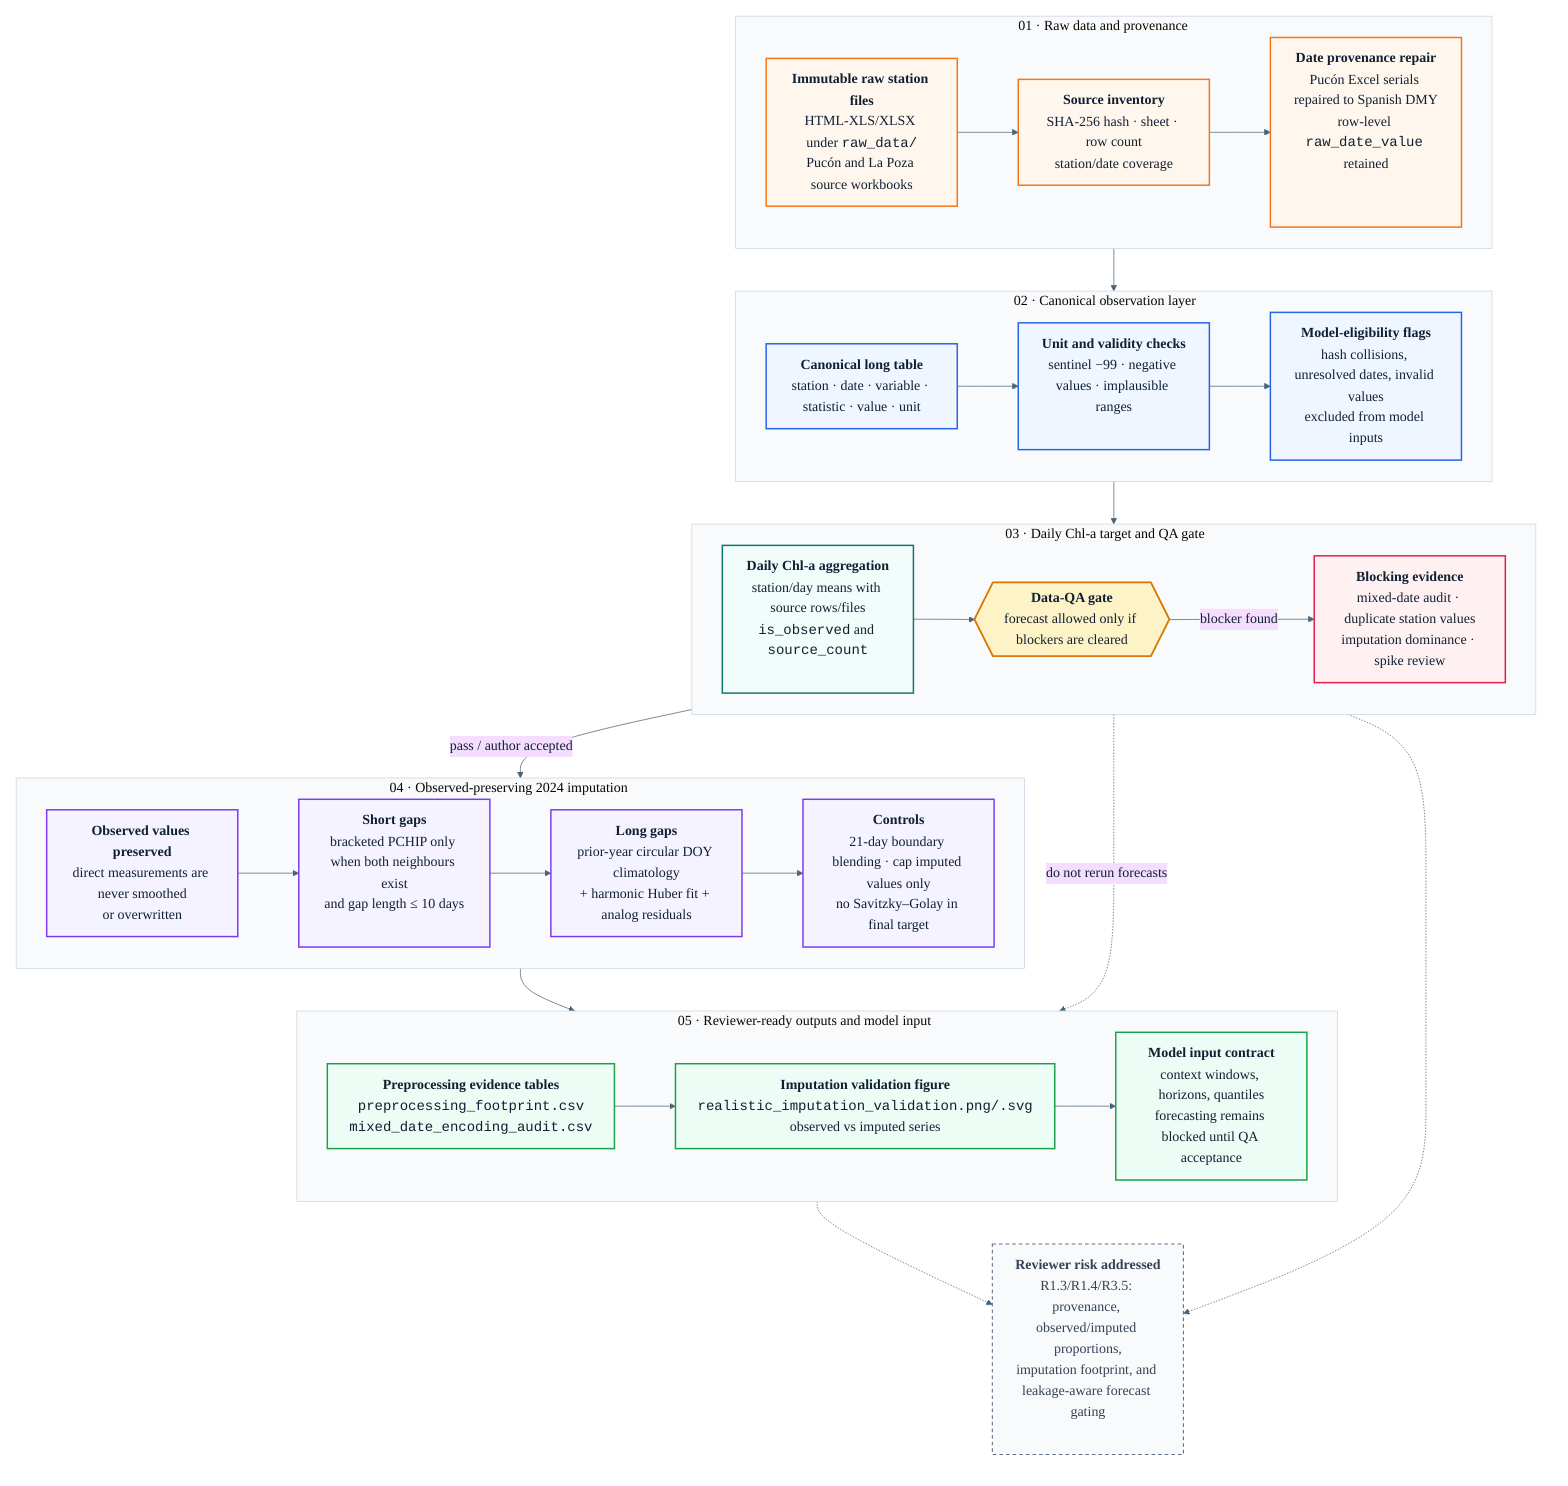
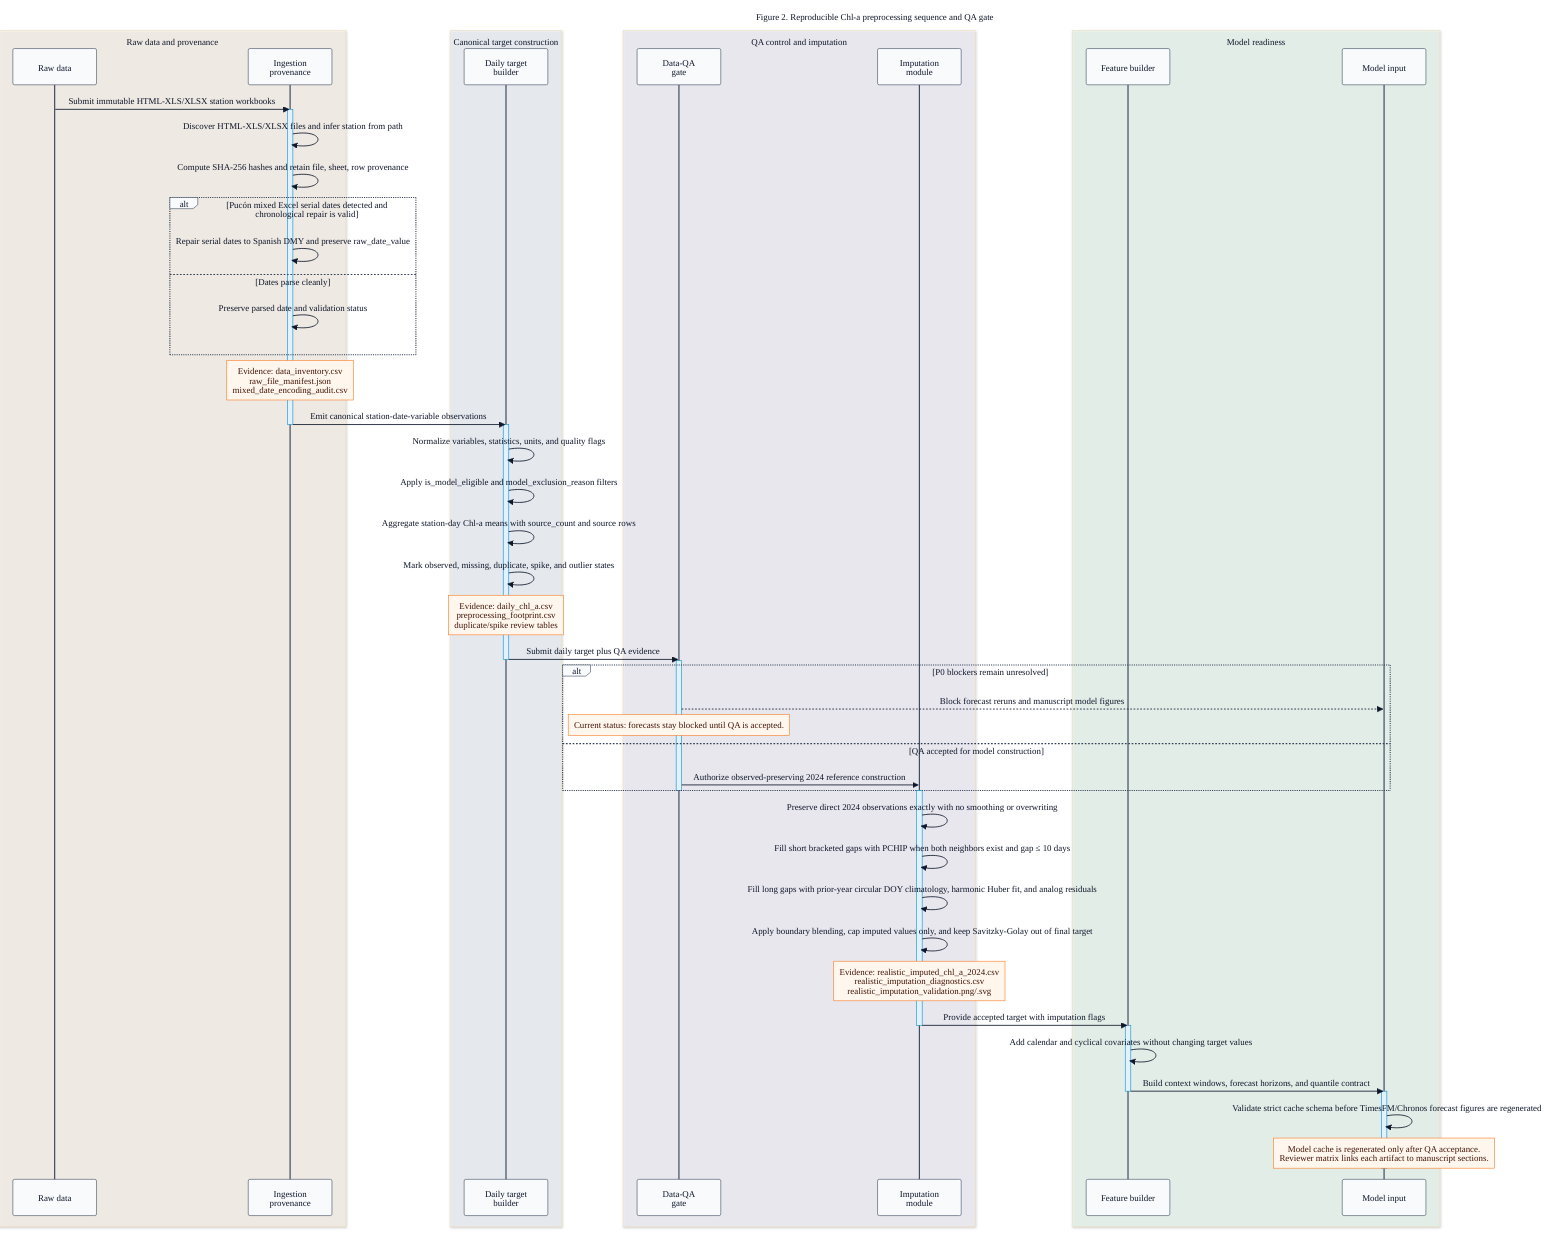
- %%{init: {"theme": "base", "htmlLabels": true, "securityLevel": "loose", "themeVariables": {"fontFamily": "Inter, Arial, Helvetica, sans-serif", "fontSize": "19px", "primaryTextColor": "#102033", "lineColor": "#47637A", "clusterBkg": "#F8FAFC", "clusterBorder": "#CBD5E1"}, "flowchart": {"diagramPadding": 22, "nodeSpacing": 38, "rankSpacing": 58, "curve": "basis", "useMaxWidth": true}}}%%
- flowchart TB
-     accTitle: Figure 2 preprocessing workflow
-     accDescr: Reproducible Villarrica chlorophyll preprocessing workflow with raw-data provenance, date repair, QA gates, observed-preserving imputation, and forecast blocking.
+ %%{init: {"theme": "base", "htmlLabels": true, "securityLevel": "loose", "themeVariables": {"fontFamily": "Inter, Arial, Helvetica, sans-serif", "fontSize": "16px", "primaryTextColor": "#0F172A", "lineColor": "#334155", "actorBkg": "#F8FAFC", "actorBorder": "#334155", "actorTextColor": "#0F172A", "activationBkgColor": "#E0F2FE", "activationBorderColor": "#0284C7", "noteBkgColor": "#FFF7ED", "noteBorderColor": "#F97316", "noteTextColor": "#431407"}, "sequence": {"diagramMarginX": 18, "diagramMarginY": 20, "actorMargin": 30, "messageMargin": 28, "mirrorActors": true, "bottomMarginAdj": 10, "useMaxWidth": true, "rightAngles": false}}}%%
+ sequenceDiagram
+     title Figure 2. Reproducible Chl-a preprocessing sequence and QA gate

-     classDef raw fill:#FFF7ED,stroke:#F97316,color:#102033,stroke-width:2px;
-     classDef canonical fill:#EFF6FF,stroke:#2563EB,color:#102033,stroke-width:2px;
-     classDef qa fill:#F0FDFA,stroke:#0F766E,color:#102033,stroke-width:2px;
-     classDef gate fill:#FEF3C7,stroke:#D97706,color:#102033,stroke-width:2.5px;
-     classDef blocker fill:#FFF1F2,stroke:#E11D48,color:#102033,stroke-width:2px;
-     classDef impute fill:#F5F3FF,stroke:#7C3AED,color:#102033,stroke-width:2px;
-     classDef output fill:#ECFDF5,stroke:#16A34A,color:#102033,stroke-width:2px;
-     classDef note fill:#F8FAFC,stroke:#64748B,color:#334155,stroke-width:1.5px,stroke-dasharray: 5 4;
- 
-     subgraph A["01 · Raw data and provenance"]
-         direction LR
-         A1["<b>Immutable raw station files</b><br/>HTML-XLS/XLSX under <code>raw_data/</code><br/><span class='small'>Pucón and La Poza source workbooks</span>"]:::raw
-         A2["<b>Source inventory</b><br/>SHA-256 hash · sheet · row count<br/>station/date coverage"]:::raw
-         A3["<b>Date provenance repair</b><br/>Pucón Excel serials repaired to Spanish DMY<br/><span class='small'>row-level <code>raw_date_value</code> retained</span>"]:::raw
+     box rgba(255, 247, 237, 0.58) Raw data and provenance
+     participant RD as Raw data
+     participant IP as Ingestion<br/>provenance
    end

-     subgraph B["02 · Canonical observation layer"]
-         direction LR
-         B1["<b>Canonical long table</b><br/>station · date · variable · statistic · value · unit"]:::canonical
-         B2["<b>Unit and validity checks</b><br/>sentinel −99 · negative values · implausible ranges"]:::canonical
-         B3["<b>Model-eligibility flags</b><br/>hash collisions, unresolved dates, invalid values<br/>excluded from model inputs"]:::canonical
+     box rgba(239, 246, 255, 0.58) Canonical target construction
+     participant DT as Daily target<br/>builder
    end

-     subgraph C["03 · Daily Chl-a target and QA gate"]
-         direction LR
-         C1["<b>Daily Chl-a aggregation</b><br/>station/day means with source rows/files<br/><code>is_observed</code> and <code>source_count</code>"]:::qa
-         C2{{"<b>Data-QA gate</b><br/>forecast allowed only if blockers are cleared"}}:::gate
-         C3["<b>Blocking evidence</b><br/>mixed-date audit · duplicate station values<br/>imputation dominance · spike review"]:::blocker
+     box rgba(245, 243, 255, 0.58) QA control and imputation
+     participant QG as Data-QA<br/>gate
+     participant IM as Imputation<br/>module
    end

-     subgraph D["04 · Observed-preserving 2024 imputation"]
-         direction LR
-         D1["<b>Observed values preserved</b><br/>direct measurements are never smoothed<br/>or overwritten"]:::impute
-         D2["<b>Short gaps</b><br/>bracketed PCHIP only when both neighbours exist<br/>and gap length ≤ 10 days"]:::impute
-         D3["<b>Long gaps</b><br/>prior-year circular DOY climatology<br/>+ harmonic Huber fit + analog residuals"]:::impute
-         D4["<b>Controls</b><br/>21-day boundary blending · cap imputed values only<br/>no Savitzky–Golay in final target"]:::impute
+     box rgba(236, 253, 245, 0.58) Model readiness
+     participant FE as Feature builder
+     participant MI as Model input
    end

-     subgraph E["05 · Reviewer-ready outputs and model input"]
-         direction LR
-         E1["<b>Preprocessing evidence tables</b><br/><code>preprocessing_footprint.csv</code><br/><code>mixed_date_encoding_audit.csv</code>"]:::output
-         E2["<b>Imputation validation figure</b><br/><code>realistic_imputation_validation.png/.svg</code><br/>observed vs imputed series"]:::output
-         E3["<b>Model input contract</b><br/>context windows, horizons, quantiles<br/>forecasting remains blocked until QA acceptance"]:::output
+     RD->>IP: Submit immutable HTML-XLS/XLSX station workbooks
+     activate IP
+     IP->>IP: Discover HTML-XLS/XLSX files and infer station from path
+     IP->>IP: Compute SHA-256 hashes and retain file, sheet, row provenance
+     alt Pucón mixed Excel serial dates detected and chronological repair is valid
+         IP->>IP: Repair serial dates to Spanish DMY and preserve raw_date_value
+     else Dates parse cleanly
+         IP->>IP: Preserve parsed date and validation status
    end
+     Note over IP: Evidence: data_inventory.csv<br/>raw_file_manifest.json<br/>mixed_date_encoding_audit.csv
+     IP->>DT: Emit canonical station-date-variable observations
+     deactivate IP

-     A1 --> A2 --> A3
-     B1 --> B2 --> B3
-     C1 --> C2
-     D1 --> D2 --> D3 --> D4
-     E1 --> E2 --> E3
+     activate DT
+     DT->>DT: Normalize variables, statistics, units, and quality flags
+     DT->>DT: Apply is_model_eligible and model_exclusion_reason filters
+     DT->>DT: Aggregate station-day Chl-a means with source_count and source rows
+     DT->>DT: Mark observed, missing, duplicate, spike, and outlier states
+     Note over DT: Evidence: daily_chl_a.csv<br/>preprocessing_footprint.csv<br/>duplicate/spike review tables
+     DT->>QG: Submit daily target plus QA evidence
+     deactivate DT

-     A3 --> B1
-     B3 --> C1
-     C2 -- "pass / author accepted" --> D1
-     D4 --> E1
-     C2 -- "blocker found" --> C3 -. "do not rerun forecasts" .-> E3
+     activate QG
+     alt P0 blockers remain unresolved
+         QG-->>MI: Block forecast reruns and manuscript model figures
+         Note over QG: Current status: forecasts stay blocked until QA is accepted.
+     else QA accepted for model construction
+         QG->>IM: Authorize observed-preserving 2024 reference construction
+     end
+     deactivate QG

-     N1["<b>Reviewer risk addressed</b><br/>R1.3/R1.4/R3.5: provenance, observed/imputed proportions,<br/>imputation footprint, and leakage-aware forecast gating"]:::note
-     C3 -.-> N1
-     E2 -.-> N1
+     activate IM
+     IM->>IM: Preserve direct 2024 observations exactly with no smoothing or overwriting
+     IM->>IM: Fill short bracketed gaps with PCHIP when both neighbors exist and gap ≤ 10 days
+     IM->>IM: Fill long gaps with prior-year circular DOY climatology, harmonic Huber fit, and analog residuals
+     IM->>IM: Apply boundary blending, cap imputed values only, and keep Savitzky-Golay out of final target
+     Note over IM: Evidence: realistic_imputed_chl_a_2024.csv<br/>realistic_imputation_diagnostics.csv<br/>realistic_imputation_validation.png/.svg
+     IM->>FE: Provide accepted target with imputation flags
+     deactivate IM
+ 
+     activate FE
+     FE->>FE: Add calendar and cyclical covariates without changing target values
+     FE->>MI: Build context windows, forecast horizons, and quantile contract
+     deactivate FE
+ 
+     activate MI
+     MI->>MI: Validate strict cache schema before TimesFM/Chronos forecast figures are regenerated
+     Note over MI: Model cache is regenerated only after QA acceptance.<br/>Reviewer matrix links each artifact to manuscript sections.
+     deactivate MI
